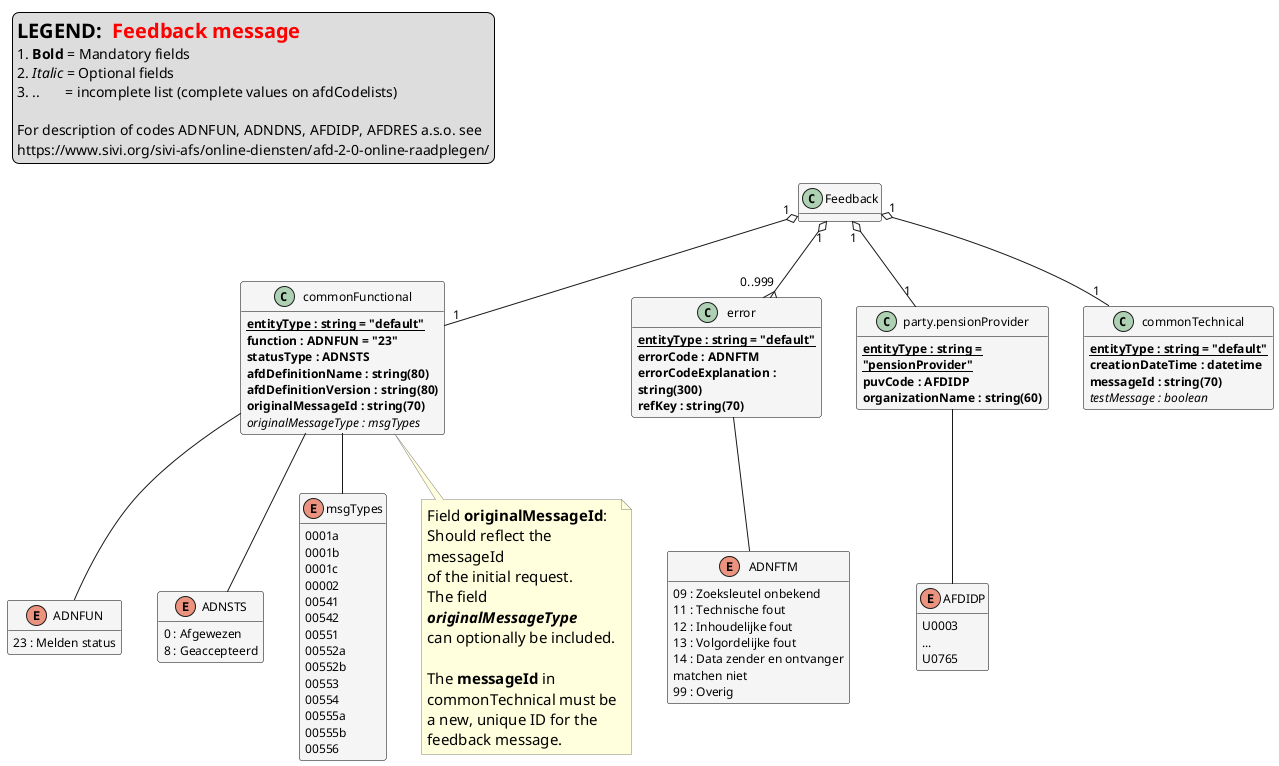
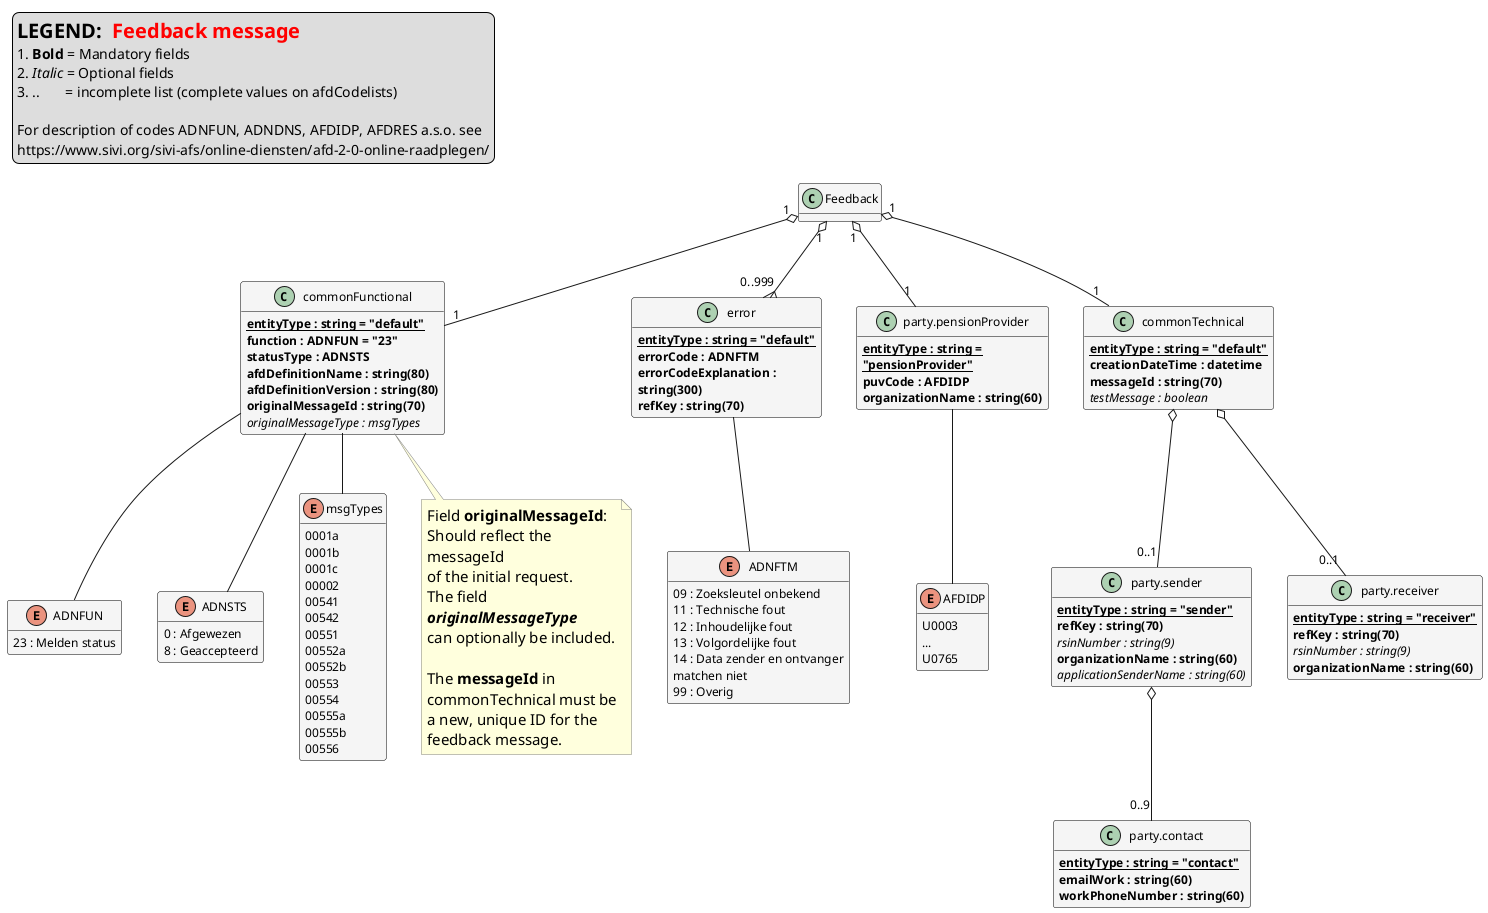
@startuml sivi_bericht
set separator none
hide empty methods

' --- Lettertype-instellingen ---



skinparam defaultFontName "Arial"
skinparam defaultFontSize 12
skinparam classFontName "Arial"
skinparam noteFontName "Arial"
- skinparam noteFontSize 15                     ' Specifiek: grotere tekst in notes (duidelijker zichtbaar)
- skinparam monospacedFontName "Courier New"    ' Voor <code> of monospaced notatie
+ skinparam noteFontSize 15
+ skinparam monospacedFontName "Courier New"

' --- Kleuren en layout ---
skinparam classBorderColor black
skinparam classBackgroundColor #F5F5F5
skinparam noteBackgroundColor #FFFFDD
skinparam noteBorderColor gray
skinparam shadowing false

' --- Tekstopmaak ---
skinparam wrapWidth 200
skinparam maxMessageSize 120
- 
- 

legend top left
 <size:20><b>LEGEND: </b> <color:red><b>Feedback message</b></color></size>
 1. <b>Bold</b> = Mandatory fields
 2. <i>Italic</i> = Optional fields
 3. ..       = incomplete list (complete values on afdCodelists)

For description of codes ADNFUN, ADNDNS, AFDIDP, AFDRES a.s.o. see
https://www.sivi.org/sivi-afs/online-diensten/afd-2-0-online-raadplegen/
end legend

 enum ADNFUN {
     23 : Melden status
 }

 enum ADNSTS {
     0 : Afgewezen
     8 : Geaccepteerd
 }

 enum ADNFTM {
     09 : Zoeksleutel onbekend
     11 : Technische fout
     12 : Inhoudelijke fout
     13 : Volgordelijke fout
     14 : Data zender en ontvanger matchen niet
     99 : Overig
 }

 enum AFDIDP {
     U0003
     ...
     U0765
 }

 enum msgTypes {
    0001a
- 	0001b
- 	0001c
- 	00002
- 	00541
- 	00542
- 	00551
- 	00552a
- 	00552b
- 	00553
- 	00554
- 	00555a
- 	00555b
- 	00556
+     0001b
+     0001c
+     00002
+     00541
+     00542
+     00551
+     00552a
+     00552b
+     00553
+     00554
+     00555a
+     00555b
+     00556
 }

class commonFunctional {
    {static} **entityType : string = "default"**
    {field} **function : ADNFUN = "23"**
- 	{field} **statusType : ADNSTS**
+     {field} **statusType : ADNSTS**
    {field} **afdDefinitionName : string(80)**
    {field} **afdDefinitionVersion : string(80)**
    {field} **originalMessageId : string(70)**
- 	 {field} <i>originalMessageType : msgTypes</i>
+     {field} <i>originalMessageType : msgTypes</i>
}

class commonTechnical {
    {static} **entityType : string = "default"**
    {field} **creationDateTime : datetime**
    {field} **messageId : string(70)**
    {field} <i>testMessage : boolean</i>
}

+ class party.sender {
+     {static} **entityType : string = "sender"**
+     {field} **refKey : string(70)**
+     {field} <i>rsinNumber : string(9)</i>
+     {field} **organizationName : string(60)**
+     {field} <i>applicationSenderName : string(60)</i>
+ }
+ 
+ class party.receiver {
+     {static} **entityType : string = "receiver"**
+     {field} **refKey : string(70)**
+     {field} <i>rsinNumber : string(9)</i>
+     {field} **organizationName : string(60)**
+ }
+ 
+ class party.contact {
+     {static} **entityType : string = "contact"**
+     {field} **emailWork : string(60)**
+     {field} **workPhoneNumber : string(60)**
+ }

class error {
    {static} **entityType : string = "default"**
    **errorCode : ADNFTM**
    {field} **errorCodeExplanation : string(300)**
    {field} **refKey : string(70)**
}

- 
- 
- 
class party.pensionProvider  {
    {static} **entityType : string = "pensionProvider"**
    **puvCode : AFDIDP**
    {field} **organizationName : string(60)**
}

- 
Feedback "1" o-- "1" commonTechnical
Feedback "1" o-- "1" commonFunctional
Feedback "1" o-- "1" party.pensionProvider
Feedback "1" o--{ "0..999" error
+ 
+ commonTechnical o-- "0..1" party.sender
+ commonTechnical o-- "0..1" party.receiver
+ party.sender o-- "0..9" party.contact

AFDIDP -up- party.pensionProvider
ADNFTM -up- error
ADNFUN -u- commonFunctional
ADNSTS -u- commonFunctional
msgTypes -u- commonFunctional

note bottom of commonFunctional
Field <b>originalMessageId</b>:
Should reflect the messageId
of the initial request.
The field <b><i>originalMessageType</i></b>
can optionally be included.

The <b>messageId</b> in commonTechnical must be a new, unique ID for the feedback message.
end note

- @enduml
+ @enduml